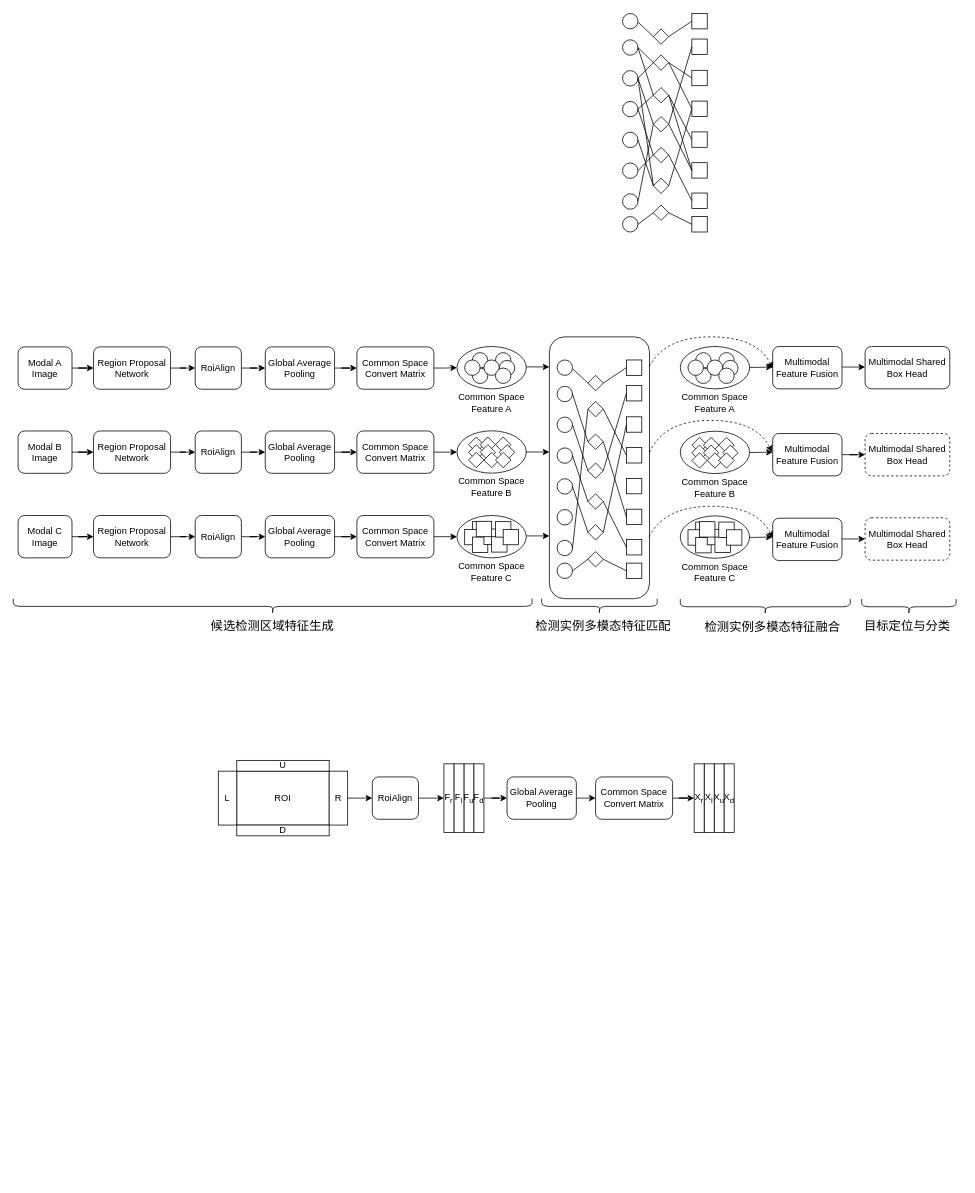
The draw.io diagram 多视角多模态目标检测3模态案例.drawio in thb1314/for_draw_io, before the edit. Source tidied: cells renumbered, new cells numbered last; positions are measured from the earlier drawing's top-left corner, leaving out a move shared by most shapes. Both pictures are drawn from the tidied source at 77%, with x=0, y=0 at pixel (18, 13).
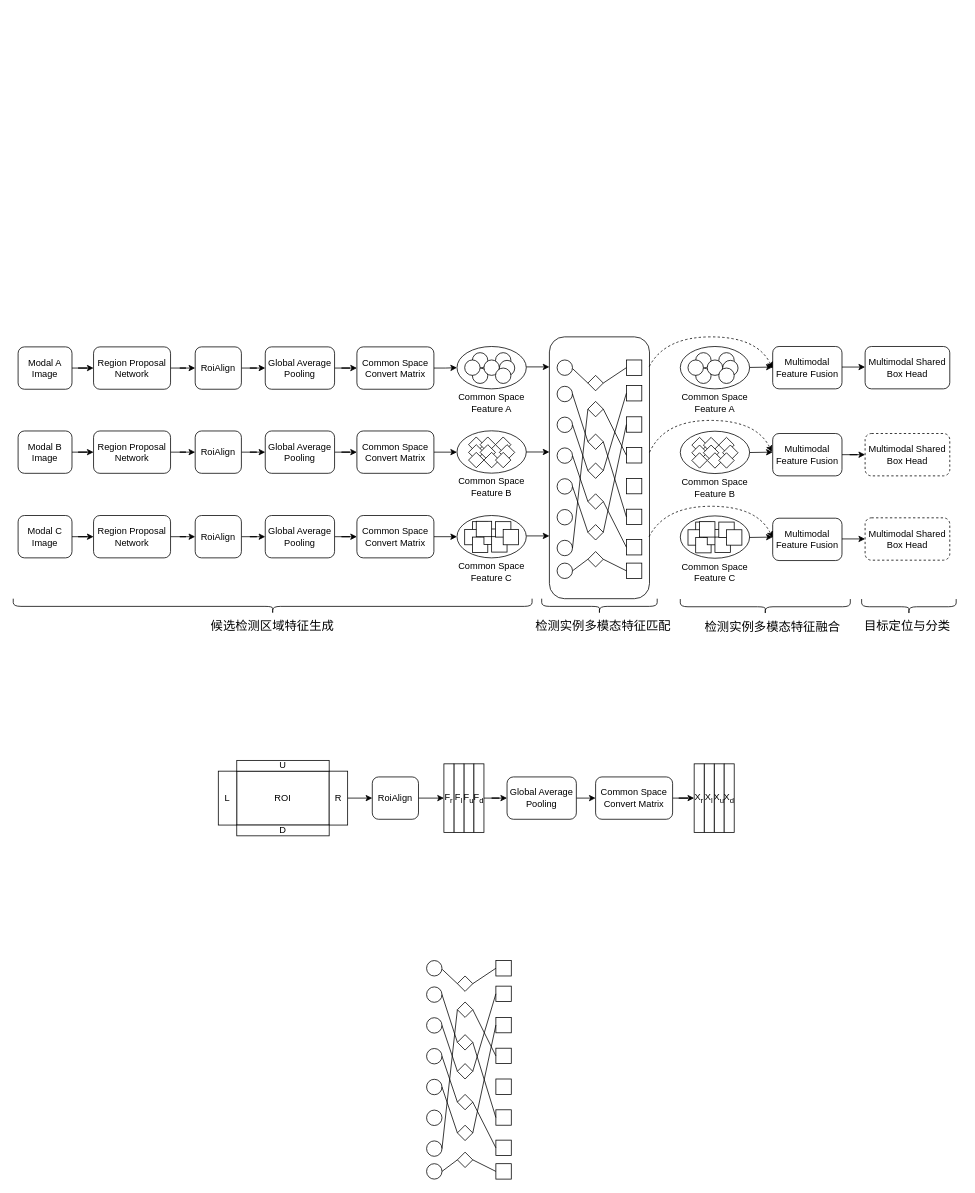
After the change.

Commit message (it also covers changes not shown here):
更新多视角多模态目标检测3模态案例.drawio

What changed in the source:
```diff
@@
-    <mxCell id="7" style="ellipse;whiteSpace=wrap;html=1;" parent="1" vertex="1">
-      <mxGeometry x="785" y="34.2" width="20" height="20" as="geometry" />
-    </mxCell>
@@
-    <mxCell id="47" style="ellipse;whiteSpace=wrap;html=1;" parent="1" vertex="1">
-      <mxGeometry x="785" y="74.2" width="20" height="20" as="geometry" />
-    </mxCell>
-    <mxCell id="48" style="ellipse;whiteSpace=wrap;html=1;" parent="1" vertex="1">
-      <mxGeometry x="785" y="114.2" width="20" height="20" as="geometry" />
-    </mxCell>
-    <mxCell id="49" style="ellipse;whiteSpace=wrap;html=1;" parent="1" vertex="1">
-      <mxGeometry x="785" y="154.2" width="20" height="20" as="geometry" />
-    </mxCell>
-    <mxCell id="50" style="ellipse;whiteSpace=wrap;html=1;" parent="1" vertex="1">
-      <mxGeometry x="785" y="194.2" width="20" height="20" as="geometry" />
-    </mxCell>
-    <mxCell id="51" style="ellipse;whiteSpace=wrap;html=1;" parent="1" vertex="1">
-      <mxGeometry x="785" y="234.2" width="20" height="20" as="geometry" />
-    </mxCell>
-    <mxCell id="52" style="rhombus;whiteSpace=wrap;html=1;" parent="1" vertex="1">
-      <mxGeometry x="825" y="53.8" width="20" height="20" as="geometry" />
-    </mxCell>
-    <mxCell id="53" style="rhombus;whiteSpace=wrap;html=1;" parent="1" vertex="1">
-      <mxGeometry x="825" y="96.2" width="20" height="20" as="geometry" />
-    </mxCell>
-    <mxCell id="54" style="rhombus;whiteSpace=wrap;html=1;" parent="1" vertex="1">
-      <mxGeometry x="825" y="133.8" width="20" height="20" as="geometry" />
-    </mxCell>
-    <mxCell id="55" style="rhombus;whiteSpace=wrap;html=1;" parent="1" vertex="1">
-      <mxGeometry x="825" y="173.8" width="20" height="20" as="geometry" />
-    </mxCell>
-    <mxCell id="56" style="rhombus;whiteSpace=wrap;html=1;" parent="1" vertex="1">
-      <mxGeometry x="825" y="213.8" width="20" height="20" as="geometry" />
-    </mxCell>
-    <mxCell id="57" style="whiteSpace=wrap;html=1;" parent="1" vertex="1">
-      <mxGeometry x="875" y="33.2" width="20" height="20" as="geometry" />
-    </mxCell>
-    <mxCell id="58" style="whiteSpace=wrap;html=1;" parent="1" vertex="1">
-      <mxGeometry x="875" y="73.8" width="20" height="20" as="geometry" />
-    </mxCell>
-    <mxCell id="59" style="whiteSpace=wrap;html=1;" parent="1" vertex="1">
-      <mxGeometry x="875" y="113.8" width="20" height="20" as="geometry" />
-    </mxCell>
-    <mxCell id="60" style="whiteSpace=wrap;html=1;" parent="1" vertex="1">
-      <mxGeometry x="875" y="153.8" width="20" height="20" as="geometry" />
-    </mxCell>
-    <mxCell id="61" style="whiteSpace=wrap;html=1;" parent="1" vertex="1">
-      <mxGeometry x="875" y="193.8" width="20" height="20" as="geometry" />
-    </mxCell>
-    <mxCell id="62" style="whiteSpace=wrap;html=1;" parent="1" vertex="1">
-      <mxGeometry x="875" y="233.2" width="20" height="20" as="geometry" />
-    </mxCell>
-    <mxCell id="63" style="endArrow=none;html=1;rounded=0;exitX=1;exitY=0.5;exitDx=0;exitDy=0;entryX=0;entryY=0.5;entryDx=0;entryDy=0;" parent="1" edge="1" source="7" target="52">
-      <mxGeometry relative="1" as="geometry" />
-    </mxCell>
-    <mxCell id="64" style="endArrow=none;html=1;rounded=0;exitX=1;exitY=0.5;exitDx=0;exitDy=0;entryX=0;entryY=0.5;entryDx=0;entryDy=0;" parent="1" edge="1" source="7" target="53">
-      <mxGeometry relative="1" as="geometry" />
-    </mxCell>
-    <mxCell id="65" style="endArrow=none;html=1;rounded=0;exitX=1;exitY=0.5;exitDx=0;exitDy=0;entryX=0;entryY=0.5;entryDx=0;entryDy=0;" parent="1" edge="1" source="47" target="54">
-      <mxGeometry relative="1" as="geometry" />
-    </mxCell>
-    <mxCell id="66" style="endArrow=none;html=1;rounded=0;exitX=1;exitY=0.5;exitDx=0;exitDy=0;entryX=0;entryY=0.5;entryDx=0;entryDy=0;" parent="1" edge="1" source="48" target="55">
-      <mxGeometry relative="1" as="geometry" />
-    </mxCell>
-    <mxCell id="67" style="endArrow=none;html=1;rounded=0;exitX=1;exitY=0.5;exitDx=0;exitDy=0;entryX=0;entryY=0.5;entryDx=0;entryDy=0;" parent="1" edge="1" source="47" target="56">
-      <mxGeometry relative="1" as="geometry" />
-    </mxCell>
-    <mxCell id="68" style="endArrow=none;html=1;rounded=0;exitX=1;exitY=0.5;exitDx=0;exitDy=0;" parent="1" edge="1" source="50">
-      <mxGeometry relative="1" as="geometry">
-        <mxPoint x="825" y="183.8" as="targetPoint" />
-      </mxGeometry>
-    </mxCell>
-    <mxCell id="69" style="endArrow=none;html=1;rounded=0;exitX=1;exitY=0.5;exitDx=0;exitDy=0;entryX=0;entryY=0.5;entryDx=0;entryDy=0;" parent="1" edge="1" source="51" target="54">
-      <mxGeometry relative="1" as="geometry" />
-    </mxCell>
-    <mxCell id="70" style="endArrow=none;html=1;rounded=0;exitX=1;exitY=0.5;exitDx=0;exitDy=0;entryX=0;entryY=0.5;entryDx=0;entryDy=0;" parent="1" edge="1" source="49" target="56">
-      <mxGeometry relative="1" as="geometry" />
-    </mxCell>
-    <mxCell id="71" style="endArrow=none;html=1;rounded=0;exitX=1;exitY=0.5;exitDx=0;exitDy=0;entryX=0;entryY=0.5;entryDx=0;entryDy=0;" parent="1" edge="1" source="48" target="53">
-      <mxGeometry relative="1" as="geometry" />
-    </mxCell>
-    <mxCell id="72" style="endArrow=none;html=1;rounded=0;exitX=1;exitY=0.5;exitDx=0;exitDy=0;entryX=0;entryY=0.5;entryDx=0;entryDy=0;" parent="1" edge="1" target="58">
-      <mxGeometry relative="1" as="geometry">
-        <mxPoint x="845" y="63.8" as="sourcePoint" />
-      </mxGeometry>
-    </mxCell>
-    <mxCell id="73" style="endArrow=none;html=1;rounded=0;entryX=0;entryY=0.5;entryDx=0;entryDy=0;exitX=1;exitY=0.5;exitDx=0;exitDy=0;" parent="1" edge="1" source="53" target="60">
-      <mxGeometry relative="1" as="geometry" />
-    </mxCell>
-    <mxCell id="74" style="endArrow=none;html=1;rounded=0;entryX=0;entryY=0.5;entryDx=0;entryDy=0;exitX=1;exitY=0.5;exitDx=0;exitDy=0;" parent="1" edge="1" source="54" target="57">
-      <mxGeometry relative="1" as="geometry" />
-    </mxCell>
-    <mxCell id="75" style="endArrow=none;html=1;rounded=0;entryX=0;entryY=0.5;entryDx=0;entryDy=0;exitX=1;exitY=0.5;exitDx=0;exitDy=0;" parent="1" edge="1" source="56" target="59">
-      <mxGeometry relative="1" as="geometry" />
-    </mxCell>
-    <mxCell id="76" style="endArrow=none;html=1;rounded=0;entryX=0;entryY=0.5;entryDx=0;entryDy=0;exitX=1;exitY=0.5;exitDx=0;exitDy=0;" parent="1" edge="1" source="55" target="62">
-      <mxGeometry relative="1" as="geometry" />
-    </mxCell>
-    <mxCell id="77" style="endArrow=none;html=1;rounded=0;exitX=1;exitY=0.5;exitDx=0;exitDy=0;entryX=0;entryY=0.5;entryDx=0;entryDy=0;" parent="1" edge="1" target="61">
-      <mxGeometry relative="1" as="geometry">
-        <mxPoint x="845" y="143.8" as="sourcePoint" />
-      </mxGeometry>
-    </mxCell>
-    <mxCell id="78" style="endArrow=none;html=1;rounded=0;exitX=1;exitY=0.5;exitDx=0;exitDy=0;entryX=0;entryY=0.5;entryDx=0;entryDy=0;" parent="1" edge="1" source="52" target="59">
-      <mxGeometry relative="1" as="geometry" />
-    </mxCell>
-    <mxCell id="79" style="endArrow=none;html=1;rounded=0;exitX=1;exitY=0.5;exitDx=0;exitDy=0;entryX=0;entryY=0.5;entryDx=0;entryDy=0;" parent="1" edge="1" target="61">
-      <mxGeometry relative="1" as="geometry">
-        <mxPoint x="845" y="106.2" as="sourcePoint" />
-      </mxGeometry>
-    </mxCell>
@@
-    <mxCell id="83" style="endArrow=none;html=1;rounded=0;exitX=1;exitY=0.5;exitDx=0;exitDy=0;entryX=0;entryY=0.5;entryDx=0;entryDy=0;" parent="1" edge="1" source="47" target="52">
-      <mxGeometry relative="1" as="geometry" />
-    </mxCell>
@@
-    <mxCell id="141" style="rhombus;whiteSpace=wrap;html=1;" parent="1" vertex="1">
-      <mxGeometry x="825" y="20" width="20" height="20" as="geometry" />
-    </mxCell>
-    <mxCell id="142" style="rhombus;whiteSpace=wrap;html=1;" parent="1" vertex="1">
-      <mxGeometry x="825" y="248.8" width="20" height="20" as="geometry" />
-    </mxCell>
-    <mxCell id="143" style="ellipse;whiteSpace=wrap;html=1;" parent="1" vertex="1">
-      <mxGeometry x="785" width="20" height="20" as="geometry" />
-    </mxCell>
-    <mxCell id="144" style="whiteSpace=wrap;html=1;" parent="1" vertex="1">
-      <mxGeometry x="875" width="20" height="20" as="geometry" />
-    </mxCell>
-    <mxCell id="145" style="ellipse;whiteSpace=wrap;html=1;" parent="1" vertex="1">
-      <mxGeometry x="785" y="263.8" width="20" height="20" as="geometry" />
-    </mxCell>
-    <mxCell id="146" style="whiteSpace=wrap;html=1;" parent="1" vertex="1">
-      <mxGeometry x="875" y="263.8" width="20" height="20" as="geometry" />
-    </mxCell>
-    <mxCell id="147" style="endArrow=none;html=1;rounded=0;exitX=1;exitY=0.5;exitDx=0;exitDy=0;entryX=0;entryY=0.5;entryDx=0;entryDy=0;" parent="1" edge="1" source="145" target="142">
-      <mxGeometry relative="1" as="geometry" />
-    </mxCell>
-    <mxCell id="148" style="endArrow=none;html=1;rounded=0;exitX=1;exitY=0.5;exitDx=0;exitDy=0;entryX=0;entryY=0.5;entryDx=0;entryDy=0;" parent="1" edge="1" source="142" target="146">
-      <mxGeometry relative="1" as="geometry" />
-    </mxCell>
-    <mxCell id="149" style="endArrow=none;html=1;rounded=0;exitX=1.017;exitY=0.572;exitDx=0;exitDy=0;entryX=0;entryY=0.5;entryDx=0;entryDy=0;exitPerimeter=0;" parent="1" edge="1" source="143" target="141">
-      <mxGeometry relative="1" as="geometry" />
-    </mxCell>
-    <mxCell id="150" style="endArrow=none;html=1;rounded=0;exitX=1;exitY=0.5;exitDx=0;exitDy=0;entryX=0;entryY=0.5;entryDx=0;entryDy=0;" parent="1" edge="1" source="141" target="144">
-      <mxGeometry relative="1" as="geometry" />
-    </mxCell>
@@
+    <mxCell id="222" style="ellipse;whiteSpace=wrap;html=1;" parent="1" vertex="1">
+      <mxGeometry x="530.5" y="1264.2" width="20" height="20" as="geometry" />
+    </mxCell>
+    <mxCell id="223" style="ellipse;whiteSpace=wrap;html=1;" parent="1" vertex="1">
+      <mxGeometry x="530.5" y="1304.2" width="20" height="20" as="geometry" />
+    </mxCell>
+    <mxCell id="224" style="ellipse;whiteSpace=wrap;html=1;" parent="1" vertex="1">
+      <mxGeometry x="530.5" y="1344.2" width="20" height="20" as="geometry" />
+    </mxCell>
+    <mxCell id="225" style="ellipse;whiteSpace=wrap;html=1;" parent="1" vertex="1">
+      <mxGeometry x="530.5" y="1384.2" width="20" height="20" as="geometry" />
+    </mxCell>
+    <mxCell id="226" style="ellipse;whiteSpace=wrap;html=1;" parent="1" vertex="1">
+      <mxGeometry x="530.5" y="1424.2" width="20" height="20" as="geometry" />
+    </mxCell>
+    <mxCell id="227" style="ellipse;whiteSpace=wrap;html=1;" parent="1" vertex="1">
+      <mxGeometry x="530.5" y="1464.2" width="20" height="20" as="geometry" />
+    </mxCell>
+    <mxCell id="228" style="rhombus;whiteSpace=wrap;html=1;" parent="1" vertex="1">
+      <mxGeometry x="570.5" y="1283.8" width="20" height="20" as="geometry" />
+    </mxCell>
+    <mxCell id="229" style="rhombus;whiteSpace=wrap;html=1;" parent="1" vertex="1">
+      <mxGeometry x="570.5" y="1326.2" width="20" height="20" as="geometry" />
+    </mxCell>
+    <mxCell id="230" style="rhombus;whiteSpace=wrap;html=1;" parent="1" vertex="1">
+      <mxGeometry x="570.5" y="1363.8" width="20" height="20" as="geometry" />
+    </mxCell>
+    <mxCell id="231" style="rhombus;whiteSpace=wrap;html=1;" parent="1" vertex="1">
+      <mxGeometry x="570.5" y="1403.8" width="20" height="20" as="geometry" />
+    </mxCell>
+    <mxCell id="232" style="rhombus;whiteSpace=wrap;html=1;" parent="1" vertex="1">
+      <mxGeometry x="570.5" y="1443.8" width="20" height="20" as="geometry" />
+    </mxCell>
+    <mxCell id="233" style="whiteSpace=wrap;html=1;" parent="1" vertex="1">
+      <mxGeometry x="620.5" y="1263.2" width="20" height="20" as="geometry" />
+    </mxCell>
+    <mxCell id="234" style="whiteSpace=wrap;html=1;" parent="1" vertex="1">
+      <mxGeometry x="620.5" y="1303.8" width="20" height="20" as="geometry" />
+    </mxCell>
+    <mxCell id="235" style="whiteSpace=wrap;html=1;" parent="1" vertex="1">
+      <mxGeometry x="620.5" y="1343.8" width="20" height="20" as="geometry" />
+    </mxCell>
+    <mxCell id="236" style="whiteSpace=wrap;html=1;" parent="1" vertex="1">
+      <mxGeometry x="620.5" y="1383.8" width="20" height="20" as="geometry" />
+    </mxCell>
+    <mxCell id="237" style="whiteSpace=wrap;html=1;" parent="1" vertex="1">
+      <mxGeometry x="620.5" y="1423.8" width="20" height="20" as="geometry" />
+    </mxCell>
+    <mxCell id="238" style="whiteSpace=wrap;html=1;" parent="1" vertex="1">
+      <mxGeometry x="620.5" y="1463.2" width="20" height="20" as="geometry" />
+    </mxCell>
+    <mxCell id="239" style="endArrow=none;html=1;rounded=0;exitX=1;exitY=0.5;exitDx=0;exitDy=0;entryX=0;entryY=0.5;entryDx=0;entryDy=0;" parent="1" edge="1" source="222" target="229">
+      <mxGeometry relative="1" as="geometry" />
+    </mxCell>
+    <mxCell id="240" style="endArrow=none;html=1;rounded=0;exitX=1;exitY=0.5;exitDx=0;exitDy=0;entryX=0;entryY=0.5;entryDx=0;entryDy=0;" parent="1" edge="1" source="223" target="230">
+      <mxGeometry relative="1" as="geometry" />
+    </mxCell>
+    <mxCell id="241" style="endArrow=none;html=1;rounded=0;exitX=1;exitY=0.5;exitDx=0;exitDy=0;entryX=0;entryY=0.5;entryDx=0;entryDy=0;" parent="1" edge="1" source="224" target="231">
+      <mxGeometry relative="1" as="geometry" />
+    </mxCell>
+    <mxCell id="242" style="endArrow=none;html=1;rounded=0;exitX=1;exitY=0.5;exitDx=0;exitDy=0;entryX=0;entryY=0.5;entryDx=0;entryDy=0;" parent="1" edge="1" source="227" target="228">
+      <mxGeometry relative="1" as="geometry" />
+    </mxCell>
+    <mxCell id="243" style="endArrow=none;html=1;rounded=0;exitX=1;exitY=0.5;exitDx=0;exitDy=0;entryX=0;entryY=0.5;entryDx=0;entryDy=0;" parent="1" edge="1" source="225" target="232">
+      <mxGeometry relative="1" as="geometry" />
+    </mxCell>
+    <mxCell id="244" style="endArrow=none;html=1;rounded=0;entryX=0;entryY=0.5;entryDx=0;entryDy=0;exitX=1;exitY=0.5;exitDx=0;exitDy=0;" parent="1" edge="1" source="230" target="233">
+      <mxGeometry relative="1" as="geometry" />
+    </mxCell>
+    <mxCell id="245" style="endArrow=none;html=1;rounded=0;entryX=0;entryY=0.5;entryDx=0;entryDy=0;exitX=1;exitY=0.5;exitDx=0;exitDy=0;" parent="1" edge="1" source="232" target="234">
+      <mxGeometry relative="1" as="geometry" />
+    </mxCell>
+    <mxCell id="246" style="endArrow=none;html=1;rounded=0;entryX=0;entryY=0.5;entryDx=0;entryDy=0;exitX=1;exitY=0.5;exitDx=0;exitDy=0;" parent="1" edge="1" source="231" target="238">
+      <mxGeometry relative="1" as="geometry" />
+    </mxCell>
+    <mxCell id="247" style="endArrow=none;html=1;rounded=0;exitX=1;exitY=0.5;exitDx=0;exitDy=0;entryX=0;entryY=0.5;entryDx=0;entryDy=0;" parent="1" edge="1" source="228" target="235">
+      <mxGeometry relative="1" as="geometry" />
+    </mxCell>
+    <mxCell id="248" style="endArrow=none;html=1;rounded=0;exitX=1;exitY=0.5;exitDx=0;exitDy=0;entryX=0;entryY=0.5;entryDx=0;entryDy=0;" parent="1" edge="1" target="237">
+      <mxGeometry relative="1" as="geometry">
+        <mxPoint x="590.5" y="1336.2" as="sourcePoint" />
+      </mxGeometry>
+    </mxCell>
+    <mxCell id="249" style="rhombus;whiteSpace=wrap;html=1;" parent="1" vertex="1">
+      <mxGeometry x="570.5" y="1250" width="20" height="20" as="geometry" />
+    </mxCell>
+    <mxCell id="250" style="rhombus;whiteSpace=wrap;html=1;" parent="1" vertex="1">
+      <mxGeometry x="570.5" y="1478.8" width="20" height="20" as="geometry" />
+    </mxCell>
+    <mxCell id="251" style="ellipse;whiteSpace=wrap;html=1;" parent="1" vertex="1">
+      <mxGeometry x="530.5" y="1230" width="20" height="20" as="geometry" />
+    </mxCell>
+    <mxCell id="252" style="whiteSpace=wrap;html=1;" parent="1" vertex="1">
+      <mxGeometry x="620.5" y="1230" width="20" height="20" as="geometry" />
+    </mxCell>
+    <mxCell id="253" style="ellipse;whiteSpace=wrap;html=1;" parent="1" vertex="1">
+      <mxGeometry x="530.5" y="1493.8" width="20" height="20" as="geometry" />
+    </mxCell>
+    <mxCell id="254" style="whiteSpace=wrap;html=1;" parent="1" vertex="1">
+      <mxGeometry x="620.5" y="1493.8" width="20" height="20" as="geometry" />
+    </mxCell>
+    <mxCell id="255" style="endArrow=none;html=1;rounded=0;exitX=1;exitY=0.5;exitDx=0;exitDy=0;entryX=0;entryY=0.5;entryDx=0;entryDy=0;" parent="1" edge="1" source="253" target="250">
+      <mxGeometry relative="1" as="geometry" />
+    </mxCell>
+    <mxCell id="256" style="endArrow=none;html=1;rounded=0;exitX=1;exitY=0.5;exitDx=0;exitDy=0;entryX=0;entryY=0.5;entryDx=0;entryDy=0;" parent="1" edge="1" source="250" target="254">
+      <mxGeometry relative="1" as="geometry" />
+    </mxCell>
+    <mxCell id="257" style="endArrow=none;html=1;rounded=0;exitX=1.017;exitY=0.572;exitDx=0;exitDy=0;entryX=0;entryY=0.5;entryDx=0;entryDy=0;exitPerimeter=0;" parent="1" edge="1" source="251" target="249">
+      <mxGeometry relative="1" as="geometry" />
+    </mxCell>
+    <mxCell id="258" style="endArrow=none;html=1;rounded=0;exitX=1;exitY=0.5;exitDx=0;exitDy=0;entryX=0;entryY=0.5;entryDx=0;entryDy=0;" parent="1" edge="1" source="249" target="252">
+      <mxGeometry relative="1" as="geometry" />
+    </mxCell>
```
